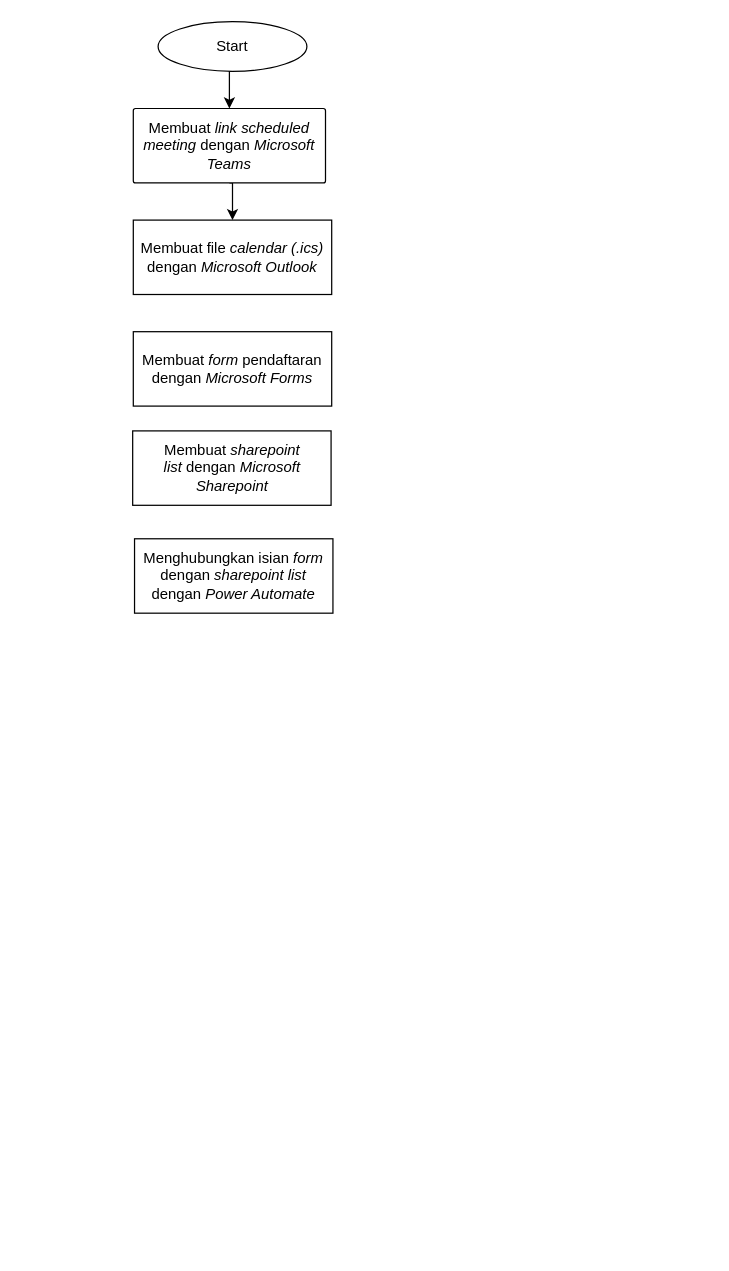
Before: Flowchart Capstone.drawio in kairamilanifitria/Capstone-Project, a draw.io diagram. Source tidied: cells renumbered, new cells numbered last; positions are measured from the earlier drawing's top-left corner, leaving out a move shared by most shapes. Both pictures are drawn from the tidied source at 124%, with x=0, y=0 at pixel (133, 21).
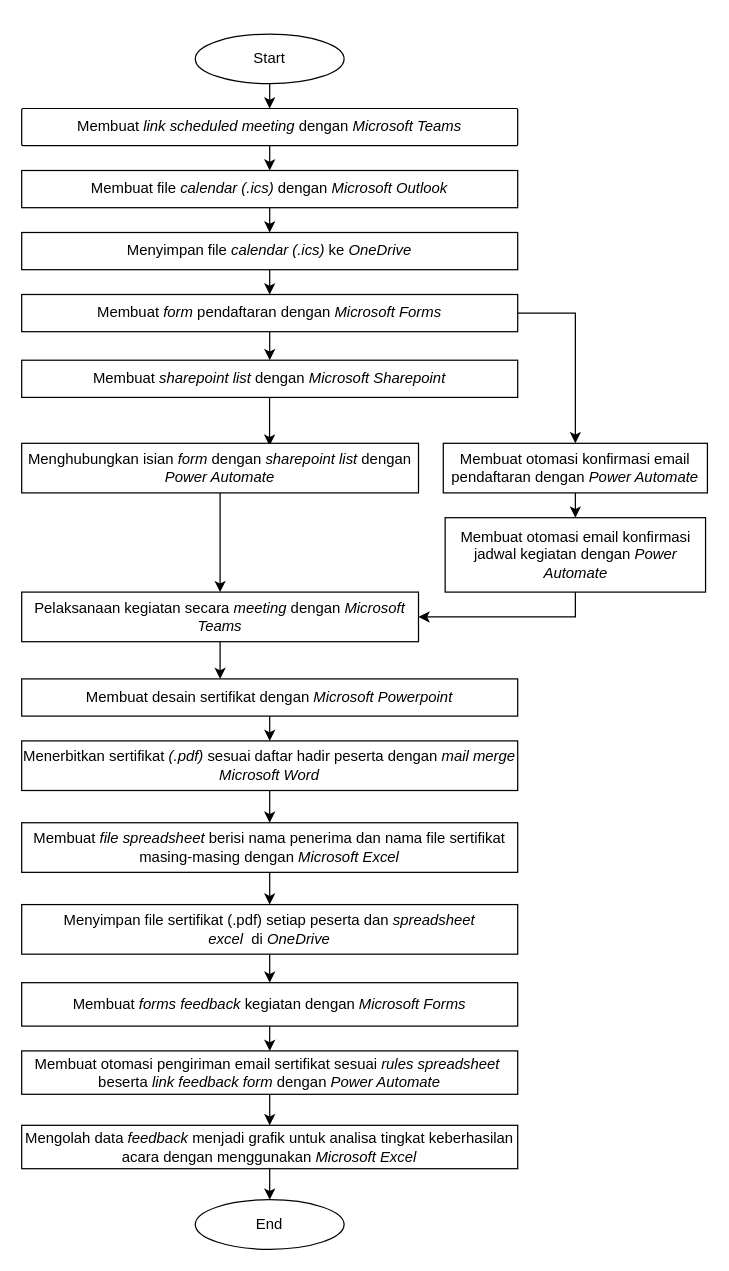
Above is the later version.

Change to the diagram source:
```diff
@@
+    <mxCell id="10" style="edgeStyle=orthogonalEdgeStyle;rounded=0;jettySize=auto;html=1;exitX=0.5;exitY=1;exitDx=0;exitDy=0;entryX=0.5;entryY=0;entryDx=0;entryDy=0;" parent="1" edge="1" source="2" target="16">
+      <mxGeometry relative="1" as="geometry" />
+    </mxCell>
     <mxCell id="2" value="Membuat file &lt;i&gt;calendar (.ics)&lt;/i&gt; dengan &lt;i&gt;Microsoft Outlook&lt;/i&gt;" style="rounded=1;whiteSpace=wrap;html=1;fontSize=12;glass=0;strokeWidth=1;shadow=0;arcSize=0;" parent="1" vertex="1">
-      <mxGeometry y="160" width="160" height="60" as="geometry" />
+      <mxGeometry x="-90" y="120" width="400" height="30" as="geometry" />
     </mxCell>
@@
     <mxCell id="4" value="Start" style="ellipse;whiteSpace=wrap;html=1;" parent="1" vertex="1">
-      <mxGeometry x="20" width="120" height="40" as="geometry" />
+      <mxGeometry x="50" y="10" width="120" height="40" as="geometry" />
     </mxCell>
@@
     <mxCell id="6" value="Membuat&amp;nbsp;&lt;i&gt;link&amp;nbsp;scheduled meeting&lt;/i&gt; dengan&amp;nbsp;&lt;i&gt;Microsoft Teams&lt;/i&gt;" style="whiteSpace=wrap;html=1;rounded=1;glass=0;strokeWidth=1;shadow=0;arcSize=3;" parent="1" vertex="1">
-      <mxGeometry y="70" width="155" height="60" as="geometry" />
+      <mxGeometry x="-90" y="70" width="400" height="30" as="geometry" />
     </mxCell>
+    <mxCell id="11" style="edgeStyle=orthogonalEdgeStyle;rounded=0;jettySize=auto;html=1;exitX=1;exitY=0.5;exitDx=0;exitDy=0;entryX=0.5;entryY=0;entryDx=0;entryDy=0;" parent="1" edge="1" source="7" target="18">
+      <mxGeometry relative="1" as="geometry" />
+    </mxCell>
+    <mxCell id="12" style="edgeStyle=orthogonalEdgeStyle;rounded=0;jettySize=auto;html=1;exitX=0.5;exitY=1;exitDx=0;exitDy=0;entryX=0.5;entryY=0;entryDx=0;entryDy=0;" parent="1" edge="1" source="7" target="8">
+      <mxGeometry relative="1" as="geometry" />
+    </mxCell>
     <mxCell id="7" value="Membuat &lt;i&gt;form &lt;/i&gt;pendaftaran dengan &lt;i&gt;Microsoft Forms&lt;/i&gt;" style="rounded=0;whiteSpace=wrap;html=1;" parent="1" vertex="1">
-      <mxGeometry y="250" width="160" height="60" as="geometry" />
+      <mxGeometry x="-90" y="220" width="400" height="30" as="geometry" />
     </mxCell>
+    <mxCell id="13" style="edgeStyle=orthogonalEdgeStyle;rounded=0;orthogonalLoop=1;jettySize=auto;html=1;exitX=0.5;exitY=1;exitDx=0;exitDy=0;entryX=0.631;entryY=0.05;entryDx=0;entryDy=0;entryPerimeter=0;" parent="1" edge="1">
+      <mxGeometry relative="1" as="geometry">
+        <mxPoint x="108" y="303" as="sourcePoint" />
+        <mxPoint x="109.9" y="342" as="targetPoint" />
+      </mxGeometry>
+    </mxCell>
     <mxCell id="8" value="Membuat&amp;nbsp;&lt;i&gt;sharepoint list&amp;nbsp;&lt;/i&gt;dengan&amp;nbsp;&lt;i&gt;Microsoft Sharepoint&lt;/i&gt;" style="rounded=0;whiteSpace=wrap;html=1;" parent="1" vertex="1">
-      <mxGeometry x="-0.5" y="330" width="160" height="60" as="geometry" />
+      <mxGeometry x="-90" y="273" width="400" height="30" as="geometry" />
     </mxCell>
+    <mxCell id="14" style="edgeStyle=orthogonalEdgeStyle;rounded=0;jettySize=auto;html=1;exitX=0.5;exitY=1;exitDx=0;exitDy=0;entryX=0.5;entryY=0;entryDx=0;entryDy=0;" parent="1" edge="1" source="9" target="22">
+      <mxGeometry relative="1" as="geometry" />
+    </mxCell>
     <mxCell id="9" value="Menghubungkan isian &lt;i&gt;form &lt;/i&gt;dengan &lt;i&gt;sharepoint list &lt;/i&gt;dengan &lt;i&gt;Power Automate&lt;/i&gt;" style="rounded=0;whiteSpace=wrap;html=1;" parent="1" vertex="1">
-      <mxGeometry x="1" y="417" width="160" height="60" as="geometry" />
+      <mxGeometry x="-90" y="340" width="320" height="40" as="geometry" />
     </mxCell>
+    <mxCell id="15" style="edgeStyle=orthogonalEdgeStyle;rounded=0;jettySize=auto;html=1;exitX=0.5;exitY=1;exitDx=0;exitDy=0;entryX=0.5;entryY=0;entryDx=0;entryDy=0;" parent="1" edge="1" source="16" target="7">
+      <mxGeometry relative="1" as="geometry" />
+    </mxCell>
+    <mxCell id="16" value="Menyimpan file &lt;i&gt;calendar (.ics) &lt;/i&gt;ke &lt;i&gt;OneDrive&lt;/i&gt;" style="rounded=0;whiteSpace=wrap;html=1;" parent="1" vertex="1">
+      <mxGeometry x="-90" y="170" width="400" height="30" as="geometry" />
+    </mxCell>
+    <mxCell id="17" style="edgeStyle=orthogonalEdgeStyle;rounded=0;jettySize=auto;html=1;exitX=0.5;exitY=1;exitDx=0;exitDy=0;entryX=0.5;entryY=0;entryDx=0;entryDy=0;" parent="1" edge="1" source="18" target="20">
+      <mxGeometry relative="1" as="geometry" />
+    </mxCell>
+    <mxCell id="18" value="Membuat otomasi konfirmasi email pendaftaran dengan &lt;i&gt;Power Automate&lt;/i&gt;" style="rounded=0;whiteSpace=wrap;html=1;" parent="1" vertex="1">
+      <mxGeometry x="250" y="340" width="213" height="40" as="geometry" />
+    </mxCell>
+    <mxCell id="19" style="edgeStyle=orthogonalEdgeStyle;rounded=0;jettySize=auto;html=1;exitX=0.5;exitY=1;exitDx=0;exitDy=0;entryX=1;entryY=0.5;entryDx=0;entryDy=0;" parent="1" edge="1" source="20" target="22">
+      <mxGeometry relative="1" as="geometry" />
+    </mxCell>
+    <mxCell id="20" value="Membuat otomasi email konfirmasi jadwal kegiatan dengan &lt;i&gt;Power Automate&lt;/i&gt;" style="rounded=0;whiteSpace=wrap;html=1;" parent="1" vertex="1">
+      <mxGeometry x="251.5" y="400" width="210" height="60" as="geometry" />
+    </mxCell>
+    <mxCell id="21" style="edgeStyle=orthogonalEdgeStyle;rounded=0;orthogonalLoop=1;jettySize=auto;html=1;" parent="1" edge="1">
+      <mxGeometry relative="1" as="geometry">
+        <mxPoint x="70" y="500" as="sourcePoint" />
+        <mxPoint x="70" y="530" as="targetPoint" />
+      </mxGeometry>
+    </mxCell>
+    <mxCell id="22" value="Pelaksanaan kegiatan secara &lt;i&gt;meeting&lt;/i&gt; dengan &lt;i&gt;Microsoft Teams&lt;/i&gt;" style="rounded=0;whiteSpace=wrap;html=1;" parent="1" vertex="1">
+      <mxGeometry x="-90" y="460" width="320" height="40" as="geometry" />
+    </mxCell>
+    <mxCell id="23" style="edgeStyle=orthogonalEdgeStyle;rounded=0;jettySize=auto;html=1;exitX=0.5;exitY=1;exitDx=0;exitDy=0;entryX=0.5;entryY=0;entryDx=0;entryDy=0;" parent="1" edge="1" source="24" target="28">
+      <mxGeometry relative="1" as="geometry" />
+    </mxCell>
+    <mxCell id="24" value="Menerbitkan sertifikat &lt;i&gt;(.pdf) &lt;/i&gt;sesuai daftar hadir peserta dengan &lt;i&gt;mail merge Microsoft Word&lt;/i&gt;" style="rounded=0;whiteSpace=wrap;html=1;" parent="1" vertex="1">
+      <mxGeometry x="-90" y="580" width="400" height="40" as="geometry" />
+    </mxCell>
+    <mxCell id="25" style="edgeStyle=orthogonalEdgeStyle;rounded=0;jettySize=auto;html=1;exitX=0.5;exitY=1;exitDx=0;exitDy=0;entryX=0.5;entryY=0;entryDx=0;entryDy=0;" parent="1" edge="1" source="26" target="24">
+      <mxGeometry relative="1" as="geometry" />
+    </mxCell>
+    <mxCell id="26" value="Membuat desain sertifikat dengan&lt;i&gt;&amp;nbsp;Microsoft Powerpoint&lt;/i&gt;" style="rounded=0;whiteSpace=wrap;html=1;" parent="1" vertex="1">
+      <mxGeometry x="-90" y="530" width="400" height="30" as="geometry" />
+    </mxCell>
+    <mxCell id="27" style="edgeStyle=orthogonalEdgeStyle;rounded=0;jettySize=auto;html=1;exitX=0.5;exitY=1;exitDx=0;exitDy=0;entryX=0.5;entryY=0;entryDx=0;entryDy=0;" parent="1" edge="1" source="28" target="30">
+      <mxGeometry relative="1" as="geometry" />
+    </mxCell>
+    <mxCell id="28" value="Membuat&amp;nbsp;&lt;i&gt;file spreadsheet&lt;/i&gt;&amp;nbsp;berisi nama penerima dan nama file sertifikat masing-masing dengan&amp;nbsp;&lt;i&gt;Microsoft Excel&lt;/i&gt;" style="rounded=0;whiteSpace=wrap;html=1;" parent="1" vertex="1">
+      <mxGeometry x="-90" y="646" width="400" height="40" as="geometry" />
+    </mxCell>
+    <mxCell id="29" style="edgeStyle=orthogonalEdgeStyle;rounded=0;jettySize=auto;html=1;exitX=0.5;exitY=1;exitDx=0;exitDy=0;entryX=0.5;entryY=0;entryDx=0;entryDy=0;" parent="1" edge="1" source="30" target="32">
+      <mxGeometry relative="1" as="geometry" />
+    </mxCell>
+    <mxCell id="30" value="Menyimpan file sertifikat (.pdf) setiap peserta dan &lt;i&gt;spreadsheet excel&amp;nbsp;&lt;/i&gt;&amp;nbsp;di&lt;i&gt;&amp;nbsp;OneDrive&lt;/i&gt;" style="rounded=0;whiteSpace=wrap;html=1;" parent="1" vertex="1">
+      <mxGeometry x="-90" y="712" width="400" height="40" as="geometry" />
+    </mxCell>
+    <mxCell id="31" style="edgeStyle=orthogonalEdgeStyle;rounded=0;jettySize=auto;html=1;exitX=0.5;exitY=1;exitDx=0;exitDy=0;entryX=0.5;entryY=0;entryDx=0;entryDy=0;" parent="1" edge="1" source="32" target="34">
+      <mxGeometry relative="1" as="geometry" />
+    </mxCell>
+    <mxCell id="32" value="Membuat &lt;i&gt;forms feedback &lt;/i&gt;kegiatan dengan &lt;i&gt;Microsoft Forms&lt;/i&gt;" style="rounded=0;whiteSpace=wrap;html=1;" parent="1" vertex="1">
+      <mxGeometry x="-90" y="775" width="400" height="35" as="geometry" />
+    </mxCell>
+    <mxCell id="33" style="edgeStyle=orthogonalEdgeStyle;rounded=0;jettySize=auto;html=1;exitX=0.5;exitY=1;exitDx=0;exitDy=0;entryX=0.5;entryY=0;entryDx=0;entryDy=0;" parent="1" edge="1" source="34" target="36">
+      <mxGeometry relative="1" as="geometry" />
+    </mxCell>
+    <mxCell id="34" value="Membuat otomasi pengiriman email sertifikat sesuai &lt;i&gt;rules spreadsheet&lt;/i&gt;&amp;nbsp; beserta &lt;i&gt;link feedback form &lt;/i&gt;dengan &lt;i&gt;Power Automate&lt;/i&gt;" style="rounded=0;whiteSpace=wrap;html=1;" parent="1" vertex="1">
+      <mxGeometry x="-90" y="830" width="400" height="35" as="geometry" />
+    </mxCell>
+    <mxCell id="35" style="edgeStyle=orthogonalEdgeStyle;rounded=0;jettySize=auto;html=1;exitX=0.5;exitY=1;exitDx=0;exitDy=0;entryX=0.5;entryY=0;entryDx=0;entryDy=0;" parent="1" edge="1" source="36" target="37">
+      <mxGeometry relative="1" as="geometry" />
+    </mxCell>
+    <mxCell id="36" value="Mengolah data &lt;i&gt;feedback &lt;/i&gt;menjadi grafik untuk analisa tingkat keberhasilan acara dengan menggunakan &lt;i&gt;Microsoft Excel&lt;/i&gt;" style="rounded=0;whiteSpace=wrap;html=1;" parent="1" vertex="1">
+      <mxGeometry x="-90" y="890" width="400" height="35" as="geometry" />
+    </mxCell>
+    <mxCell id="37" value="End" style="ellipse;whiteSpace=wrap;html=1;" parent="1" vertex="1">
+      <mxGeometry x="50" y="950" width="120" height="40" as="geometry" />
+    </mxCell>
```
